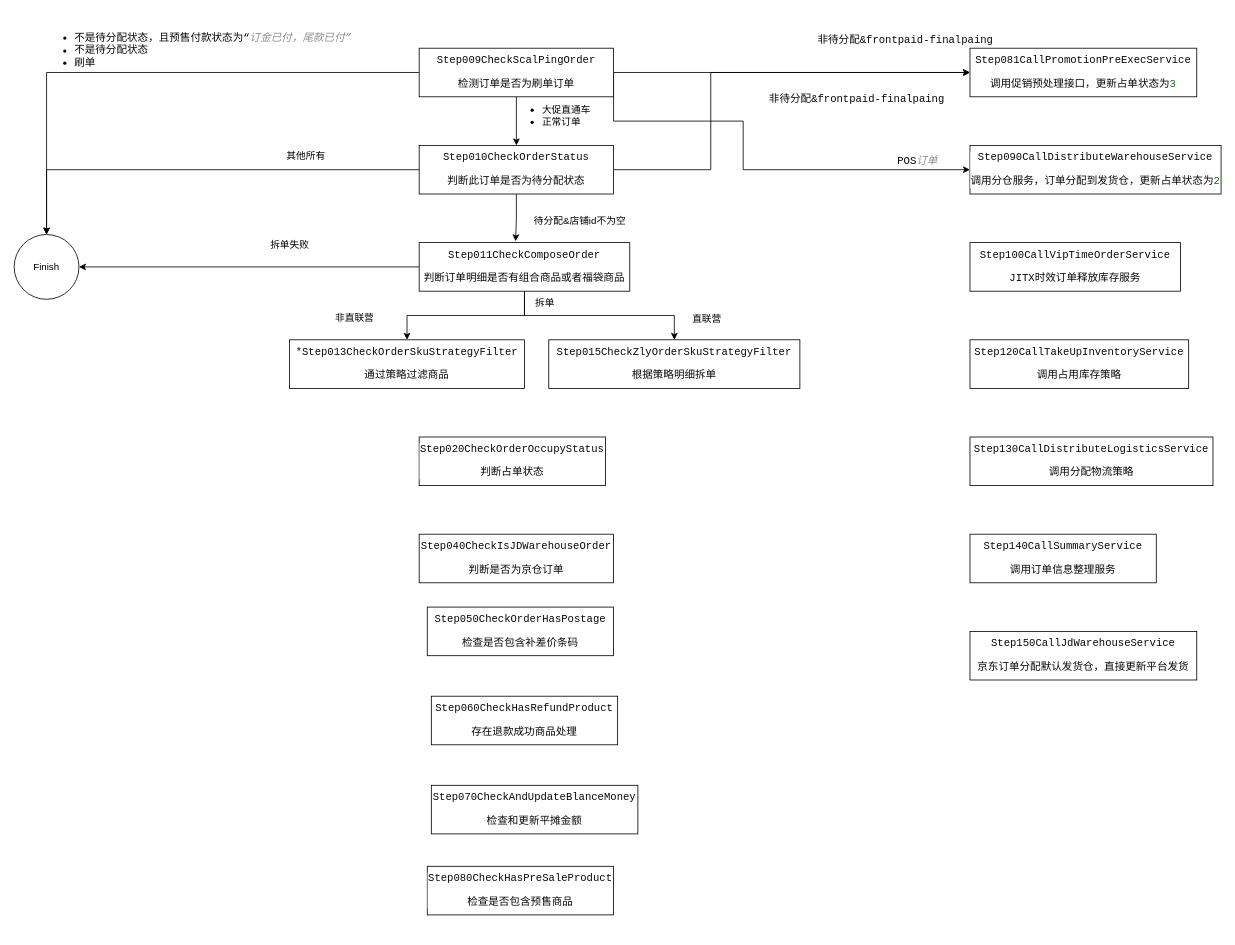
The draw.io diagram VF/VMID/order.drawio in yeahsyoung/diagram, before the edit. Source tidied: cells renumbered, new cells numbered last; positions are measured from the earlier drawing's top-left corner, leaving out a move shared by most shapes. Both pictures are drawn from the tidied source at 81%, with x=0, y=0 at pixel (14, 14).
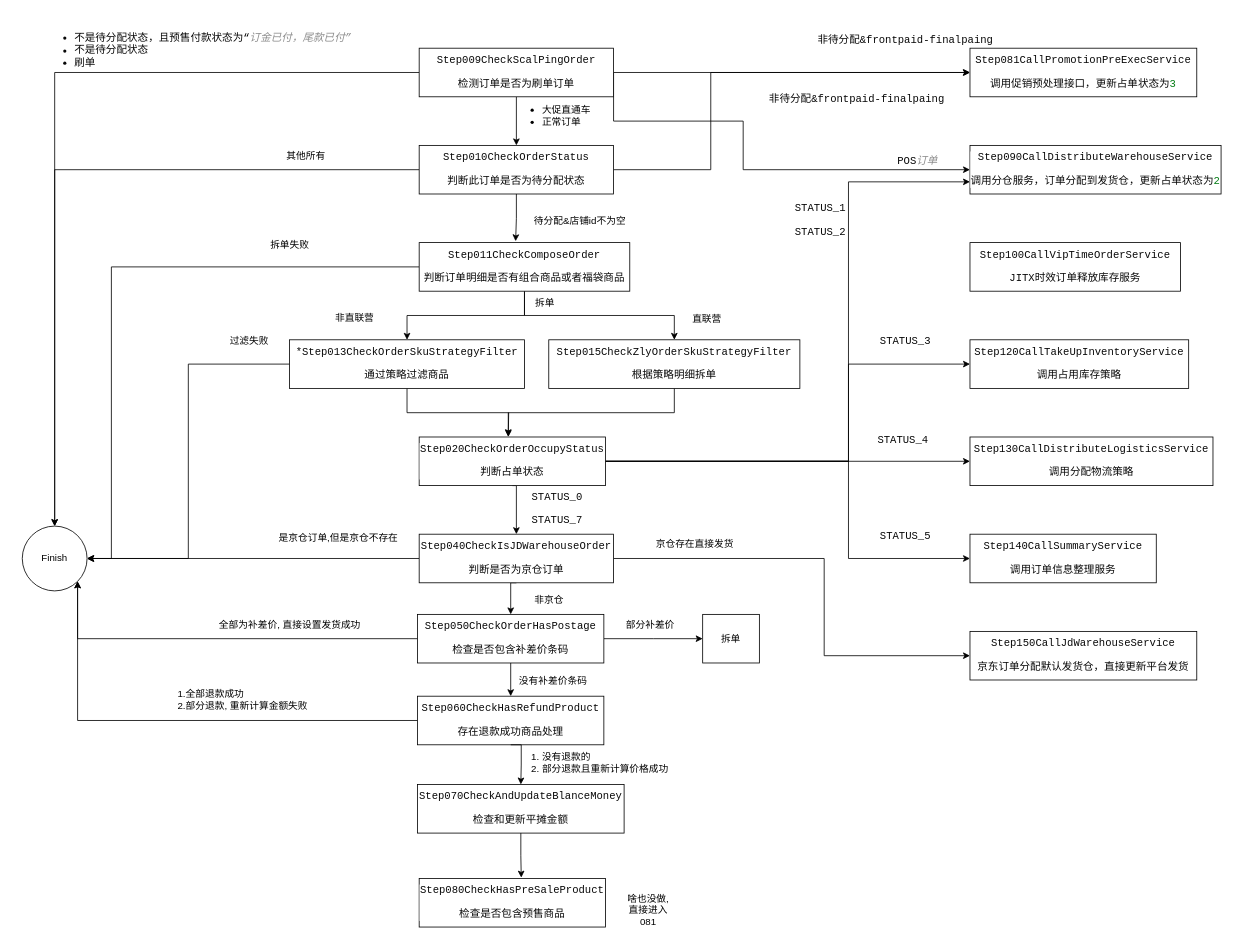
Above is the later version.

The change refers to these unchanged cells:
```xml
<mxCell id="7" value="&lt;div style=&quot;background-color:#ffffff;color:#080808&quot;&gt;&lt;pre style=&quot;font-family:'JetBrains Mono',monospace;font-size:9.8pt;&quot;&gt;Step015CheckZlyOrderSkuStrategyFilter&lt;/pre&gt;&lt;pre style=&quot;font-family:'JetBrains Mono',monospace;font-size:9.8pt;&quot;&gt;&lt;div&gt;&lt;pre style=&quot;font-family:'Menlo-Regular',monospace;font-size:9.8pt;&quot;&gt;根据策略明细拆单&lt;/pre&gt;&lt;/div&gt;&lt;/pre&gt;&lt;/div&gt;" style="rounded=0;whiteSpace=wrap;html=1;" parent="1" vertex="1">
  <mxGeometry x="660" y="402" width="310" height="60" as="geometry" />
</mxCell>
<mxCell id="9" value="&lt;div style=&quot;background-color:#ffffff;color:#080808&quot;&gt;&lt;pre style=&quot;font-family:'JetBrains Mono',monospace;font-size:9.8pt;&quot;&gt;&lt;div&gt;&lt;pre style=&quot;font-family:'JetBrains Mono',monospace;font-size:9.8pt;&quot;&gt;Step130CallDistributeLogisticsService&lt;/pre&gt;&lt;/div&gt;&lt;/pre&gt;&lt;pre style=&quot;font-family:'JetBrains Mono',monospace;font-size:9.8pt;&quot;&gt;&lt;pre style=&quot;font-family:'Menlo-Regular',monospace;font-size:9.8pt;&quot;&gt;&lt;div&gt;&lt;pre style=&quot;font-family:'Menlo-Regular',monospace;font-size:9.8pt;&quot;&gt;调用分配物流策略&lt;/pre&gt;&lt;/div&gt;&lt;/pre&gt;&lt;/pre&gt;&lt;/div&gt;" style="rounded=0;whiteSpace=wrap;html=1;" parent="1" vertex="1">
  <mxGeometry x="1180" y="522" width="300" height="60" as="geometry" />
</mxCell>
<mxCell id="10" value="&lt;div style=&quot;background-color:#ffffff;color:#080808&quot;&gt;&lt;pre style=&quot;font-family:'JetBrains Mono',monospace;font-size:9.8pt;&quot;&gt;&lt;div&gt;&lt;pre style=&quot;font-family:'JetBrains Mono',monospace;font-size:9.8pt;&quot;&gt;Step120CallTakeUpInventoryService&lt;/pre&gt;&lt;/div&gt;&lt;/pre&gt;&lt;pre style=&quot;font-family:'JetBrains Mono',monospace;font-size:9.8pt;&quot;&gt;&lt;pre style=&quot;font-family:'Menlo-Regular',monospace;font-size:9.8pt;&quot;&gt;&lt;div&gt;&lt;pre style=&quot;font-family:'Menlo-Regular',monospace;font-size:9.8pt;&quot;&gt;调用占用库存策略&lt;/pre&gt;&lt;/div&gt;&lt;/pre&gt;&lt;/pre&gt;&lt;/div&gt;" style="rounded=0;whiteSpace=wrap;html=1;" parent="1" vertex="1">
  <mxGeometry x="1180" y="402" width="270" height="60" as="geometry" />
</mxCell>
<mxCell id="12" value="&lt;div style=&quot;background-color:#ffffff;color:#080808&quot;&gt;&lt;pre style=&quot;font-family:'JetBrains Mono',monospace;font-size:9.8pt;&quot;&gt;&lt;div&gt;&lt;pre style=&quot;font-family:'JetBrains Mono',monospace;font-size:9.8pt;&quot;&gt;Step090CallDistributeWarehouseService&lt;/pre&gt;&lt;/div&gt;&lt;/pre&gt;&lt;pre style=&quot;font-family:'JetBrains Mono',monospace;font-size:9.8pt;&quot;&gt;&lt;pre style=&quot;font-family:'Menlo-Regular',monospace;font-size:9.8pt;&quot;&gt;&lt;div&gt;&lt;pre style=&quot;font-family:'Menlo-Regular',monospace;font-size:9.8pt;&quot;&gt;调用分仓服务，订单分配到发货仓，更新占单状态为&lt;span style=&quot;color:#067d17;font-family:'JetBrains Mono',monospace;&quot;&gt;2&lt;/span&gt;&lt;/pre&gt;&lt;/div&gt;&lt;/pre&gt;&lt;/pre&gt;&lt;/div&gt;" style="rounded=0;whiteSpace=wrap;html=1;" parent="1" vertex="1">
  <mxGeometry x="1180" y="162" width="310" height="60" as="geometry" />
</mxCell>
<mxCell id="14" value="&lt;div style=&quot;background-color:#ffffff;color:#080808&quot;&gt;&lt;pre style=&quot;font-family:'JetBrains Mono',monospace;font-size:9.8pt;&quot;&gt;&lt;div&gt;&lt;pre style=&quot;font-family:'JetBrains Mono',monospace;font-size:9.8pt;&quot;&gt;*Step013CheckOrderSkuStrategyFilter&lt;/pre&gt;&lt;/div&gt;&lt;/pre&gt;&lt;pre style=&quot;font-family:'JetBrains Mono',monospace;font-size:9.8pt;&quot;&gt;&lt;pre style=&quot;font-family:'Menlo-Regular',monospace;font-size:9.8pt;&quot;&gt;&lt;div&gt;&lt;pre style=&quot;font-family:'Menlo-Regular',monospace;font-size:9.8pt;&quot;&gt;通过策略过滤商品&lt;/pre&gt;&lt;/div&gt;&lt;/pre&gt;&lt;/pre&gt;&lt;/div&gt;" style="rounded=0;whiteSpace=wrap;html=1;" parent="1" vertex="1">
  <mxGeometry x="340" y="402" width="290" height="60" as="geometry" />
</mxCell>
<mxCell id="18" value="&lt;div style=&quot;background-color:#ffffff;color:#080808&quot;&gt;&lt;pre style=&quot;font-family:'JetBrains Mono',monospace;font-size:9.8pt;&quot;&gt;&lt;div&gt;&lt;pre style=&quot;font-family:'JetBrains Mono',monospace;font-size:9.8pt;&quot;&gt;Step011CheckComposeOrder&lt;/pre&gt;&lt;/div&gt;&lt;/pre&gt;&lt;pre style=&quot;font-family:'JetBrains Mono',monospace;font-size:9.8pt;&quot;&gt;&lt;pre style=&quot;font-family:'Menlo-Regular',monospace;font-size:9.8pt;&quot;&gt;&lt;div&gt;&lt;pre style=&quot;font-family:'Menlo-Regular',monospace;font-size:9.8pt;&quot;&gt;判断订单明细是否有组合商品或者福袋商品&lt;/pre&gt;&lt;/div&gt;&lt;/pre&gt;&lt;/pre&gt;&lt;/div&gt;" style="rounded=0;html=1;whiteSpace=wrap;" parent="1" vertex="1">
  <mxGeometry x="500" y="282" width="260" height="60" as="geometry" />
</mxCell>
<mxCell id="24" value="&lt;div style=&quot;background-color:#ffffff;color:#080808&quot;&gt;&lt;pre style=&quot;font-family:'JetBrains Mono',monospace;font-size:9.8pt;&quot;&gt;Step040CheckIsJDWarehouseOrder&lt;/pre&gt;&lt;pre style=&quot;font-family:'JetBrains Mono',monospace;font-size:9.8pt;&quot;&gt;&lt;div&gt;&lt;pre style=&quot;font-family:'Menlo-Regular',monospace;font-size:9.8pt;&quot;&gt;判断是否为京仓订单&lt;/pre&gt;&lt;/div&gt;&lt;/pre&gt;&lt;/div&gt;" style="rounded=0;whiteSpace=wrap;html=1;" parent="1" vertex="1">
  <mxGeometry x="500" y="642" width="240" height="60" as="geometry" />
</mxCell>
<mxCell id="25" value="&lt;div style=&quot;background-color:#ffffff;color:#080808&quot;&gt;&lt;pre style=&quot;font-family:'JetBrains Mono',monospace;font-size:9.8pt;&quot;&gt;&lt;div&gt;&lt;pre style=&quot;font-family:'JetBrains Mono',monospace;font-size:9.8pt;&quot;&gt;Step020CheckOrderOccupyStatus&lt;/pre&gt;&lt;/div&gt;&lt;/pre&gt;&lt;pre style=&quot;font-family:'JetBrains Mono',monospace;font-size:9.8pt;&quot;&gt;&lt;div&gt;&lt;pre style=&quot;font-family:'Menlo-Regular',monospace;font-size:9.8pt;&quot;&gt;判断占单状态&lt;/pre&gt;&lt;/div&gt;&lt;/pre&gt;&lt;/div&gt;" style="rounded=0;whiteSpace=wrap;html=1;" parent="1" vertex="1">
  <mxGeometry x="500" y="522" width="230" height="60" as="geometry" />
</mxCell>
<mxCell id="26" value="&lt;div style=&quot;background-color:#ffffff;color:#080808&quot;&gt;&lt;pre style=&quot;font-family:'JetBrains Mono',monospace;font-size:9.8pt;&quot;&gt;&lt;div&gt;&lt;pre style=&quot;font-family:'JetBrains Mono',monospace;font-size:9.8pt;&quot;&gt;Step150CallJdWarehouseService&lt;/pre&gt;&lt;/div&gt;&lt;/pre&gt;&lt;pre style=&quot;font-family:'JetBrains Mono',monospace;font-size:9.8pt;&quot;&gt;&lt;pre style=&quot;font-family:'Menlo-Regular',monospace;font-size:9.8pt;&quot;&gt;&lt;div&gt;&lt;pre style=&quot;font-family:'Menlo-Regular',monospace;font-size:9.8pt;&quot;&gt;京东订单分配默认发货仓，直接更新平台发货&lt;/pre&gt;&lt;/div&gt;&lt;/pre&gt;&lt;/pre&gt;&lt;/div&gt;" style="rounded=0;whiteSpace=wrap;html=1;" parent="1" vertex="1">
  <mxGeometry x="1180" y="762" width="280" height="60" as="geometry" />
</mxCell>
<mxCell id="27" value="&lt;div style=&quot;background-color:#ffffff;color:#080808&quot;&gt;&lt;pre style=&quot;font-family:'JetBrains Mono',monospace;font-size:9.8pt;&quot;&gt;&lt;div&gt;&lt;pre style=&quot;font-family:'JetBrains Mono',monospace;font-size:9.8pt;&quot;&gt;Step140CallSummaryService&lt;/pre&gt;&lt;/div&gt;&lt;/pre&gt;&lt;pre style=&quot;font-family:'JetBrains Mono',monospace;font-size:9.8pt;&quot;&gt;&lt;pre style=&quot;font-family:'Menlo-Regular',monospace;font-size:9.8pt;&quot;&gt;&lt;div&gt;&lt;pre style=&quot;font-family:'Menlo-Regular',monospace;font-size:9.8pt;&quot;&gt;调用订单信息整理服务&lt;/pre&gt;&lt;/div&gt;&lt;/pre&gt;&lt;/pre&gt;&lt;/div&gt;" style="rounded=0;whiteSpace=wrap;html=1;" parent="1" vertex="1">
  <mxGeometry x="1180" y="642" width="230" height="60" as="geometry" />
</mxCell>
```

Diff of the diagram source:
```diff
@@
+    <mxCell id="42" style="edgeStyle=orthogonalEdgeStyle;rounded=0;jettySize=auto;html=1;exitX=0.5;exitY=1;exitDx=0;exitDy=0;" parent="1" edge="1" source="7">
+      <mxGeometry relative="1" as="geometry">
+        <mxPoint x="610" y="521" as="targetPoint" />
+        <Array as="points">
+          <mxPoint x="815" y="492" />
+          <mxPoint x="610" y="492" />
+        </Array>
+      </mxGeometry>
+    </mxCell>
@@
+    <mxCell id="43" style="edgeStyle=orthogonalEdgeStyle;rounded=0;jettySize=auto;html=1;exitX=0;exitY=0.5;exitDx=0;exitDy=0;entryX=1;entryY=1;entryDx=0;entryDy=0;" parent="1" edge="1" source="8" target="29">
+      <mxGeometry relative="1" as="geometry" />
+    </mxCell>
     <mxCell id="8" value="&lt;div style=&quot;background-color:#ffffff;color:#080808&quot;&gt;&lt;pre style=&quot;font-family:'JetBrains Mono',monospace;font-size:9.8pt;&quot;&gt;Step060CheckHasRefundProduct&lt;/pre&gt;&lt;pre style=&quot;font-family:'JetBrains Mono',monospace;font-size:9.8pt;&quot;&gt;&lt;div&gt;&lt;pre style=&quot;font-family:'Menlo-Regular',monospace;font-size:9.8pt;&quot;&gt;存在退款成功商品处理&lt;/pre&gt;&lt;/div&gt;&lt;/pre&gt;&lt;/div&gt;" style="rounded=0;whiteSpace=wrap;html=1;" parent="1" vertex="1">
-      <mxGeometry x="515" y="842" width="230" height="60" as="geometry" />
+      <mxGeometry x="498" y="842" width="230" height="60" as="geometry" />
     </mxCell>
@@
+    <mxCell id="44" style="edgeStyle=orthogonalEdgeStyle;rounded=0;jettySize=auto;html=1;entryX=0.5;entryY=0;entryDx=0;entryDy=0;exitX=0.5;exitY=1;exitDx=0;exitDy=0;" parent="1" edge="1" source="14">
+      <mxGeometry relative="1" as="geometry">
+        <mxPoint x="610" y="522" as="targetPoint" />
+      </mxGeometry>
+    </mxCell>
+    <mxCell id="45" style="edgeStyle=orthogonalEdgeStyle;rounded=0;jettySize=auto;html=1;exitX=0;exitY=0.5;exitDx=0;exitDy=0;entryX=1;entryY=0.5;entryDx=0;entryDy=0;" parent="1" edge="1" source="14" target="29">
+      <mxGeometry relative="1" as="geometry" />
+    </mxCell>
@@
     <mxCell id="17" style="edgeStyle=orthogonalEdgeStyle;rounded=0;jettySize=auto;html=1;exitX=0;exitY=0.5;exitDx=0;exitDy=0;entryX=1;entryY=0.5;entryDx=0;entryDy=0;" parent="1" edge="1" source="18" target="29">
-      <mxGeometry relative="1" as="geometry" />
+      <mxGeometry relative="1" as="geometry">
+        <Array as="points">
+          <mxPoint x="120" y="312" />
+          <mxPoint x="120" y="672" />
+        </Array>
+      </mxGeometry>
     </mxCell>
@@
     <mxCell id="22" value="&lt;div style=&quot;background-color:#ffffff;color:#080808&quot;&gt;&lt;pre style=&quot;font-family:'JetBrains Mono',monospace;font-size:9.8pt;&quot;&gt;&lt;div&gt;&lt;pre style=&quot;font-family:'JetBrains Mono',monospace;font-size:9.8pt;&quot;&gt;Step070CheckAndUpdateBlanceMoney&lt;/pre&gt;&lt;/div&gt;&lt;/pre&gt;&lt;pre style=&quot;font-family:'JetBrains Mono',monospace;font-size:9.8pt;&quot;&gt;&lt;pre style=&quot;font-family:'Menlo-Regular',monospace;font-size:9.8pt;&quot;&gt;&lt;div&gt;&lt;pre style=&quot;font-family:'Menlo-Regular',monospace;font-size:9.8pt;&quot;&gt;检查和更新平摊金额&lt;/pre&gt;&lt;/div&gt;&lt;/pre&gt;&lt;/pre&gt;&lt;/div&gt;" style="rounded=0;whiteSpace=wrap;html=1;" parent="1" vertex="1">
-      <mxGeometry x="515" y="952" width="255" height="60" as="geometry" />
+      <mxGeometry x="498" y="951" width="255" height="60" as="geometry" />
     </mxCell>
+    <mxCell id="46" style="edgeStyle=orthogonalEdgeStyle;rounded=0;jettySize=auto;html=1;exitX=0.5;exitY=1;exitDx=0;exitDy=0;entryX=0.5;entryY=0;entryDx=0;entryDy=0;" parent="1" edge="1" source="23" target="8">
+      <mxGeometry relative="1" as="geometry" />
+    </mxCell>
+    <mxCell id="47" style="edgeStyle=orthogonalEdgeStyle;rounded=0;jettySize=auto;html=1;exitX=0;exitY=0.5;exitDx=0;exitDy=0;entryX=1;entryY=1;entryDx=0;entryDy=0;" parent="1" edge="1" source="23" target="29">
+      <mxGeometry relative="1" as="geometry" />
+    </mxCell>
+    <mxCell id="48" style="edgeStyle=orthogonalEdgeStyle;rounded=0;jettySize=auto;html=1;exitX=1;exitY=0.5;exitDx=0;exitDy=0;" parent="1" edge="1" source="23">
+      <mxGeometry relative="1" as="geometry">
+        <mxPoint x="850" y="771" as="targetPoint" />
+      </mxGeometry>
+    </mxCell>
     <mxCell id="23" value="&lt;div style=&quot;background-color:#ffffff;color:#080808&quot;&gt;&lt;pre style=&quot;font-family:'JetBrains Mono',monospace;font-size:9.8pt;&quot;&gt;&lt;div&gt;&lt;pre style=&quot;font-family:'JetBrains Mono',monospace;font-size:9.8pt;&quot;&gt;Step050CheckOrderHasPostage&lt;/pre&gt;&lt;/div&gt;&lt;/pre&gt;&lt;pre style=&quot;font-family:'JetBrains Mono',monospace;font-size:9.8pt;&quot;&gt;&lt;pre style=&quot;font-family:'Menlo-Regular',monospace;font-size:9.8pt;&quot;&gt;&lt;div&gt;&lt;pre style=&quot;font-family:'Menlo-Regular',monospace;font-size:9.8pt;&quot;&gt;检查是否包含补差价条码&lt;/pre&gt;&lt;/div&gt;&lt;/pre&gt;&lt;/pre&gt;&lt;/div&gt;" style="rounded=0;whiteSpace=wrap;html=1;" parent="1" vertex="1">
-      <mxGeometry x="510" y="732" width="230" height="60" as="geometry" />
+      <mxGeometry x="498" y="741" width="230" height="60" as="geometry" />
     </mxCell>
+    <mxCell id="49" style="edgeStyle=orthogonalEdgeStyle;rounded=0;jettySize=auto;html=1;exitX=0;exitY=0.5;exitDx=0;exitDy=0;entryX=1;entryY=0.5;entryDx=0;entryDy=0;" parent="1" edge="1" source="24" target="29">
+      <mxGeometry relative="1" as="geometry" />
+    </mxCell>
+    <mxCell id="50" style="edgeStyle=orthogonalEdgeStyle;rounded=0;jettySize=auto;html=1;exitX=1;exitY=0.5;exitDx=0;exitDy=0;entryX=0;entryY=0.5;entryDx=0;entryDy=0;" parent="1" edge="1" source="24" target="26">
+      <mxGeometry relative="1" as="geometry">
+        <Array as="points">
+          <mxPoint x="1000" y="672" />
+          <mxPoint x="1000" y="792" />
+        </Array>
+      </mxGeometry>
+    </mxCell>
+    <mxCell id="51" style="edgeStyle=orthogonalEdgeStyle;rounded=0;jettySize=auto;html=1;exitX=0.5;exitY=1;exitDx=0;exitDy=0;entryX=0.5;entryY=0;entryDx=0;entryDy=0;" parent="1" edge="1" source="24" target="23">
+      <mxGeometry relative="1" as="geometry" />
+    </mxCell>
@@
+    <mxCell id="52" style="edgeStyle=orthogonalEdgeStyle;rounded=0;jettySize=auto;html=1;exitX=0.5;exitY=1;exitDx=0;exitDy=0;" parent="1" edge="1" source="25" target="24">
+      <mxGeometry relative="1" as="geometry">
+        <Array as="points">
+          <mxPoint x="620" y="582" />
+        </Array>
+      </mxGeometry>
+    </mxCell>
+    <mxCell id="53" style="edgeStyle=orthogonalEdgeStyle;rounded=0;jettySize=auto;html=1;exitX=1;exitY=0.5;exitDx=0;exitDy=0;entryX=0;entryY=0.75;entryDx=0;entryDy=0;" parent="1" edge="1" source="25" target="12">
+      <mxGeometry relative="1" as="geometry">
+        <Array as="points">
+          <mxPoint x="1030" y="552" />
+          <mxPoint x="1030" y="207" />
+        </Array>
+      </mxGeometry>
+    </mxCell>
+    <mxCell id="54" style="edgeStyle=orthogonalEdgeStyle;rounded=0;jettySize=auto;html=1;exitX=1;exitY=0.5;exitDx=0;exitDy=0;entryX=0;entryY=0.5;entryDx=0;entryDy=0;" parent="1" edge="1" source="25" target="10">
+      <mxGeometry relative="1" as="geometry">
+        <Array as="points">
+          <mxPoint x="1030" y="552" />
+          <mxPoint x="1030" y="432" />
+        </Array>
+      </mxGeometry>
+    </mxCell>
+    <mxCell id="55" style="edgeStyle=orthogonalEdgeStyle;rounded=0;jettySize=auto;html=1;exitX=1;exitY=0.5;exitDx=0;exitDy=0;" parent="1" edge="1" source="25" target="9">
+      <mxGeometry relative="1" as="geometry" />
+    </mxCell>
+    <mxCell id="56" style="edgeStyle=orthogonalEdgeStyle;rounded=0;jettySize=auto;html=1;exitX=1;exitY=0.5;exitDx=0;exitDy=0;entryX=0;entryY=0.5;entryDx=0;entryDy=0;" parent="1" edge="1" source="25" target="27">
+      <mxGeometry relative="1" as="geometry">
+        <Array as="points">
+          <mxPoint x="1030" y="552" />
+          <mxPoint x="1030" y="672" />
+        </Array>
+      </mxGeometry>
+    </mxCell>
@@
     <mxCell id="29" value="Finish" style="ellipse;whiteSpace=wrap;html=1;" parent="1" vertex="1">
-      <mxGeometry y="272" width="80" height="80" as="geometry" />
+      <mxGeometry x="10" y="632" width="80" height="80" as="geometry" />
     </mxCell>
@@
     <mxCell id="41" value="&lt;div style=&quot;background-color:#ffffff;color:#080808&quot;&gt;&lt;pre style=&quot;font-family:'JetBrains Mono',monospace;font-size:9.8pt;&quot;&gt;&lt;pre style=&quot;font-family:'JetBrains Mono',monospace;font-size:9.8pt;&quot;&gt;&lt;div&gt;&lt;pre style=&quot;font-family:'JetBrains Mono',monospace;font-size:9.8pt;&quot;&gt;Step080CheckHasPreSaleProduct&lt;/pre&gt;&lt;/div&gt;&lt;/pre&gt;&lt;/pre&gt;&lt;pre style=&quot;font-family:'JetBrains Mono',monospace;font-size:9.8pt;&quot;&gt;&lt;pre style=&quot;font-family:'Menlo-Regular',monospace;font-size:9.8pt;&quot;&gt;&lt;pre style=&quot;font-family:'Menlo-Regular',monospace;font-size:9.8pt;&quot;&gt;&lt;div&gt;&lt;pre style=&quot;font-family:'Menlo-Regular',monospace;font-size:9.8pt;&quot;&gt;检查是否包含预售商品&lt;/pre&gt;&lt;/div&gt;&lt;/pre&gt;&lt;/pre&gt;&lt;/pre&gt;&lt;/div&gt;" style="rounded=0;whiteSpace=wrap;html=1;" parent="1" vertex="1">
-      <mxGeometry x="510" y="1052" width="230" height="60" as="geometry" />
+      <mxGeometry x="500" y="1067" width="230" height="60" as="geometry" />
     </mxCell>
+    <mxCell id="57" value="过滤失败" style="text;html=1;align=center;verticalAlign=middle;strokeColor=none;fillColor=none;" parent="1" vertex="1">
+      <mxGeometry x="255" y="389" width="70" height="30" as="geometry" />
+    </mxCell>
+    <mxCell id="58" value="&lt;div style=&quot;background-color:#ffffff;color:#080808&quot;&gt;&lt;pre style=&quot;font-family:'JetBrains Mono',monospace;font-size:9.8pt;&quot;&gt;&lt;span style=&quot;font-size: 9.8pt;&quot;&gt;STATUS_0&lt;/span&gt;&lt;br&gt;&lt;/pre&gt;&lt;pre style=&quot;font-family:'JetBrains Mono',monospace;font-size:9.8pt;&quot;&gt;&lt;div&gt;&lt;pre style=&quot;font-family:'JetBrains Mono',monospace;font-size:9.8pt;&quot;&gt;STATUS_7&lt;/pre&gt;&lt;/div&gt;&lt;/pre&gt;&lt;/div&gt;" style="text;html=1;align=center;verticalAlign=middle;strokeColor=none;fillColor=none;" parent="1" vertex="1">
+      <mxGeometry x="625" y="571" width="90" height="80" as="geometry" />
+    </mxCell>
+    <mxCell id="59" value="&lt;div style=&quot;background-color:#ffffff;color:#080808&quot;&gt;&lt;pre style=&quot;font-family:'JetBrains Mono',monospace;font-size:9.8pt;&quot;&gt;STATUS_1&lt;/pre&gt;&lt;pre style=&quot;font-family:'JetBrains Mono',monospace;font-size:9.8pt;&quot;&gt;&lt;div&gt;&lt;pre style=&quot;font-family:'JetBrains Mono',monospace;font-size:9.8pt;&quot;&gt;STATUS_2&lt;/pre&gt;&lt;/div&gt;&lt;/pre&gt;&lt;/div&gt;" style="text;html=1;align=center;verticalAlign=middle;strokeColor=none;fillColor=none;" parent="1" vertex="1">
+      <mxGeometry x="950" y="215" width="90" height="80" as="geometry" />
+    </mxCell>
+    <mxCell id="60" value="&lt;div style=&quot;background-color:#ffffff;color:#080808&quot;&gt;&lt;pre style=&quot;font-family:'JetBrains Mono',monospace;font-size:9.8pt;&quot;&gt;STATUS_3&lt;/pre&gt;&lt;/div&gt;" style="text;html=1;align=center;verticalAlign=middle;strokeColor=none;fillColor=none;" parent="1" vertex="1">
+      <mxGeometry x="1055" y="374" width="90" height="60" as="geometry" />
+    </mxCell>
+    <mxCell id="61" value="&lt;div style=&quot;background-color:#ffffff;color:#080808&quot;&gt;&lt;pre style=&quot;font-family:'JetBrains Mono',monospace;font-size:9.8pt;&quot;&gt;STATUS_4&lt;/pre&gt;&lt;/div&gt;" style="text;html=1;align=center;verticalAlign=middle;strokeColor=none;fillColor=none;" parent="1" vertex="1">
+      <mxGeometry x="1052" y="495.5" width="90" height="60" as="geometry" />
+    </mxCell>
+    <mxCell id="62" value="&lt;div style=&quot;background-color:#ffffff;color:#080808&quot;&gt;&lt;pre style=&quot;font-family:'JetBrains Mono',monospace;font-size:9.8pt;&quot;&gt;STATUS_5&lt;/pre&gt;&lt;/div&gt;" style="text;html=1;align=center;verticalAlign=middle;strokeColor=none;fillColor=none;" parent="1" vertex="1">
+      <mxGeometry x="1055" y="614" width="90" height="60" as="geometry" />
+    </mxCell>
+    <mxCell id="63" value="是京仓订单,但是京仓不存在" style="text;html=1;align=center;verticalAlign=middle;strokeColor=none;fillColor=none;" parent="1" vertex="1">
+      <mxGeometry x="315" y="632" width="170" height="30" as="geometry" />
+    </mxCell>
+    <mxCell id="64" value="京仓存在直接发货" style="text;html=1;align=center;verticalAlign=middle;strokeColor=none;fillColor=none;" parent="1" vertex="1">
+      <mxGeometry x="780" y="639" width="120" height="30" as="geometry" />
+    </mxCell>
+    <mxCell id="65" value="非京仓" style="text;html=1;align=center;verticalAlign=middle;strokeColor=none;fillColor=none;" parent="1" vertex="1">
+      <mxGeometry x="630" y="709" width="60" height="30" as="geometry" />
+    </mxCell>
+    <mxCell id="66" value="没有补差价条码" style="text;html=1;align=center;verticalAlign=middle;strokeColor=none;fillColor=none;" parent="1" vertex="1">
+      <mxGeometry x="610" y="809" width="110" height="30" as="geometry" />
+    </mxCell>
+    <mxCell id="67" value="全部为补差价, 直接设置发货成功" style="text;html=1;align=center;verticalAlign=middle;strokeColor=none;fillColor=none;" parent="1" vertex="1">
+      <mxGeometry x="240" y="739" width="200" height="30" as="geometry" />
+    </mxCell>
+    <mxCell id="68" value="部分补差价" style="text;html=1;align=center;verticalAlign=middle;strokeColor=none;fillColor=none;" parent="1" vertex="1">
+      <mxGeometry x="745" y="739" width="80" height="30" as="geometry" />
+    </mxCell>
+    <mxCell id="69" value="拆单" style="rounded=0;whiteSpace=wrap;html=1;" parent="1" vertex="1">
+      <mxGeometry x="850" y="741" width="70" height="60" as="geometry" />
+    </mxCell>
+    <mxCell id="70" value="1.全部退款成功&lt;br&gt;&lt;div style=&quot;&quot;&gt;&lt;span style=&quot;background-color: initial;&quot;&gt;2.部分退款, 重新计算金额失败&lt;/span&gt;&lt;/div&gt;" style="text;html=1;align=left;verticalAlign=middle;strokeColor=none;fillColor=none;" parent="1" vertex="1">
+      <mxGeometry x="200" y="826" width="180" height="40" as="geometry" />
+    </mxCell>
+    <mxCell id="71" style="edgeStyle=orthogonalEdgeStyle;rounded=0;jettySize=auto;html=1;exitX=0.5;exitY=1;exitDx=0;exitDy=0;entryX=0.5;entryY=0;entryDx=0;entryDy=0;" parent="1" edge="1" source="8" target="22">
+      <mxGeometry relative="1" as="geometry">
+        <Array as="points">
+          <mxPoint x="626" y="902" />
+          <mxPoint x="626" y="927" />
+        </Array>
+      </mxGeometry>
+    </mxCell>
+    <mxCell id="72" value="&lt;ol&gt;&lt;li&gt;没有退款的&lt;/li&gt;&lt;li&gt;部分退款且重新计算价格成功&lt;/li&gt;&lt;/ol&gt;" style="text;html=1;align=left;verticalAlign=middle;strokeColor=none;fillColor=none;" parent="1" vertex="1">
+      <mxGeometry x="610" y="889" width="220" height="70" as="geometry" />
+    </mxCell>
+    <mxCell id="73" value="啥也没做, 直接进入081" style="text;html=1;strokeColor=none;fillColor=none;align=center;verticalAlign=middle;whiteSpace=wrap;rounded=0;" parent="1" vertex="1">
+      <mxGeometry x="753" y="1091" width="60" height="30" as="geometry" />
+    </mxCell>
+    <mxCell id="74" style="edgeStyle=orthogonalEdgeStyle;rounded=0;jettySize=auto;html=1;exitX=0.5;exitY=1;exitDx=0;exitDy=0;entryX=0.548;entryY=-0.017;entryDx=0;entryDy=0;entryPerimeter=0;" parent="1" edge="1" source="22" target="41">
+      <mxGeometry relative="1" as="geometry" />
+    </mxCell>
```
